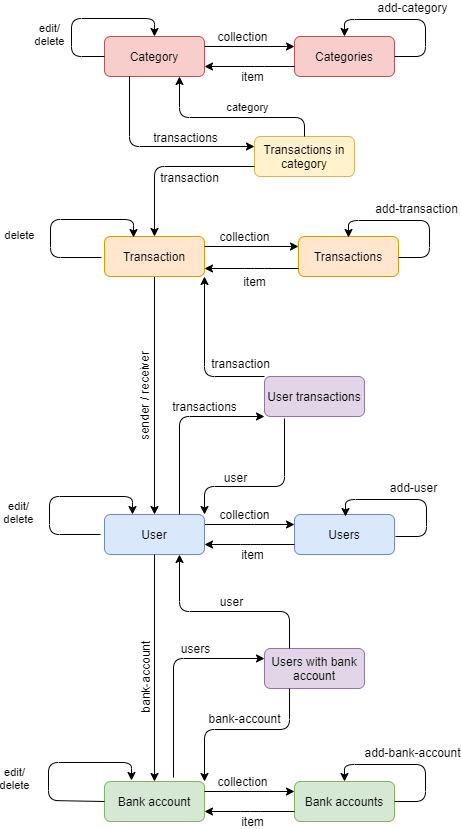
This is images/Ex3.png from jkursula/PWP, a draw.io export, as it was before one commit. Source tidied: cells renumbered, new cells last; positions are measured from the earlier drawing's top-left corner, leaving out a move shared by most shapes.
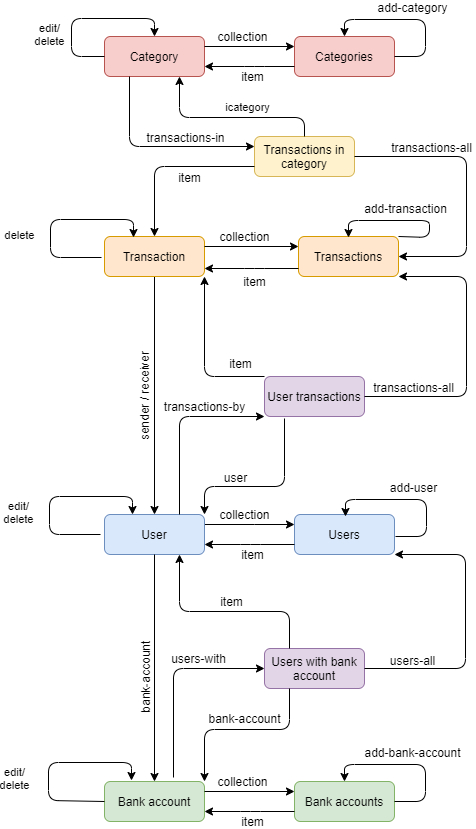
The same file after the commit.

Change to the diagram source:
```diff
@@ -98,14 +98,14 @@
     <mxCell id="20" value="User transactions" style="rounded=1;whiteSpace=wrap;html=1;fontSize=12;glass=0;strokeWidth=1;shadow=0;fillColor=#e1d5e7;strokeColor=#9673a6;" parent="1" vertex="1">
       <mxGeometry x="216" y="358" width="100" height="40" as="geometry" />
     </mxCell>
-    <mxCell id="21" value="transaction" style="endArrow=classic;html=1;exitX=0;exitY=0;exitDx=0;exitDy=0;entryX=1;entryY=1;entryDx=0;entryDy=0;fontSize=12;" parent="1" edge="1" source="20" target="3">
+    <mxCell id="21" value="item" style="endArrow=classic;html=1;exitX=0;exitY=0;exitDx=0;exitDy=0;entryX=1;entryY=1;entryDx=0;entryDy=0;fontSize=12;" parent="1" edge="1" source="20" target="3">
       <mxGeometry x="-0.7" y="-13" relative="1" as="geometry">
         <Array as="points">
           <mxPoint x="156" y="358" />
         </Array>
       </mxGeometry>
     </mxCell>
-    <mxCell id="22" value="transactions" style="endArrow=classic;html=1;fontSize=12;exitX=0.75;exitY=0;exitDx=0;exitDy=0;entryX=0;entryY=1;entryDx=0;entryDy=0;horizontal=1;" parent="1" edge="1" source="7" target="20">
+    <mxCell id="22" value="transactions-by" style="endArrow=classic;html=1;fontSize=12;exitX=0.75;exitY=0;exitDx=0;exitDy=0;entryX=0;entryY=1;entryDx=0;entryDy=0;horizontal=1;" parent="1" edge="1" source="7" target="20">
       <mxGeometry x="0.34" y="10" relative="1" as="geometry">
         <Array as="points">
           <mxPoint x="131" y="398" />
@@ -144,7 +144,7 @@
         </Array>
       </mxGeometry>
     </mxCell>
-    <mxCell id="29" value="transaction" style="edgeLabel;html=1;align=center;verticalAlign=middle;fontSize=12;" parent="28" vertex="1">
+    <mxCell id="29" value="item" style="edgeLabel;html=1;align=center;verticalAlign=middle;fontSize=12;" parent="28" vertex="1">
       <mxGeometry x="-0.12" y="2" relative="1" as="geometry">
         <mxPoint x="9" y="8" as="offset" />
       </mxGeometry>
@@ -157,17 +157,16 @@
         </Array>
       </mxGeometry>
     </mxCell>
-    <mxCell id="31" value="transactions" style="edgeLabel;html=1;align=center;verticalAlign=middle;fontSize=12;" parent="30" vertex="1">
+    <mxCell id="31" value="transactions-in" style="edgeLabel;html=1;align=center;verticalAlign=middle;fontSize=12;" parent="30" vertex="1">
       <mxGeometry x="0.12" y="-4" relative="1" as="geometry">
         <mxPoint x="16" y="-14" as="offset" />
       </mxGeometry>
     </mxCell>
-    <mxCell id="32" style="endArrow=classic;html=1;exitX=1;exitY=0.5;exitDx=0;exitDy=0;entryX=0.5;entryY=0;entryDx=0;entryDy=0;" parent="1" edge="1">
+    <mxCell id="32" style="endArrow=classic;html=1;exitX=1;exitY=0;exitDx=0;exitDy=0;entryX=0.5;entryY=0;entryDx=0;entryDy=0;" parent="1" edge="1" source="4">
       <mxGeometry relative="1" as="geometry">
-        <mxPoint x="350" y="239" as="sourcePoint" />
         <mxPoint x="300" y="219" as="targetPoint" />
         <Array as="points">
-          <mxPoint x="381" y="239" />
+          <mxPoint x="381" y="219" />
           <mxPoint x="381" y="202" />
           <mxPoint x="300" y="202" />
         </Array>
@@ -271,7 +270,7 @@
         <mxPoint x="-38" y="13" as="offset" />
       </mxGeometry>
     </mxCell>
-    <mxCell id="46" value="category" style="endArrow=classic;html=1;exitX=0.5;exitY=0;exitDx=0;exitDy=0;entryX=0.75;entryY=1;entryDx=0;entryDy=0;" parent="1" edge="1" source="27" target="11">
+    <mxCell id="46" value="icategory" style="endArrow=classic;html=1;exitX=0.5;exitY=0;exitDx=0;exitDy=0;entryX=0.75;entryY=1;entryDx=0;entryDy=0;" parent="1" edge="1" source="27" target="11">
       <mxGeometry x="-0.18" y="-10" relative="1" as="geometry">
         <Array as="points">
           <mxPoint x="256" y="99" />
@@ -291,11 +290,11 @@
     <mxCell id="48" value="Users with bank account" style="rounded=1;whiteSpace=wrap;html=1;fontSize=12;glass=0;strokeWidth=1;shadow=0;fillColor=#e1d5e7;strokeColor=#9673a6;" parent="1" vertex="1">
       <mxGeometry x="216" y="630" width="100" height="40" as="geometry" />
     </mxCell>
-    <mxCell id="49" value="users" style="endArrow=classic;html=1;fontSize=12;entryX=0;entryY=0.25;entryDx=0;entryDy=0;horizontal=1;" parent="1" edge="1" target="48">
+    <mxCell id="49" value="users-with" style="endArrow=classic;html=1;fontSize=12;entryX=0;entryY=0.5;entryDx=0;entryDy=0;horizontal=1;" parent="1" edge="1" target="48">
       <mxGeometry x="0.34" y="10" relative="1" as="geometry">
         <mxPoint x="125" y="759" as="sourcePoint" />
         <Array as="points">
-          <mxPoint x="125" y="640" />
+          <mxPoint x="125" y="650" />
         </Array>
       </mxGeometry>
     </mxCell>
@@ -307,7 +306,7 @@
         </Array>
       </mxGeometry>
     </mxCell>
-    <mxCell id="51" value="user" style="endArrow=classic;html=1;fontSize=12;exitX=0.25;exitY=0;exitDx=0;exitDy=0;entryX=0.75;entryY=1;entryDx=0;entryDy=0;horizontal=1;" parent="1" edge="1" source="48" target="7">
+    <mxCell id="51" value="item" style="endArrow=classic;html=1;fontSize=12;exitX=0.25;exitY=0;exitDx=0;exitDy=0;entryX=0.75;entryY=1;entryDx=0;entryDy=0;horizontal=1;" parent="1" edge="1" source="48" target="7">
       <mxGeometry x="-0.07" y="-10" relative="1" as="geometry">
         <Array as="points">
           <mxPoint x="241" y="593" />
@@ -315,5 +314,44 @@
         </Array>
       </mxGeometry>
     </mxCell>
+    <mxCell id="52" style="endArrow=classic;html=1;exitX=1;exitY=0.5;exitDx=0;exitDy=0;entryX=1;entryY=1;entryDx=0;entryDy=0;" parent="1" edge="1" source="20" target="4">
+      <mxGeometry relative="1" as="geometry">
+        <Array as="points">
+          <mxPoint x="418" y="378" />
+          <mxPoint x="418" y="258" />
+        </Array>
+      </mxGeometry>
+    </mxCell>
+    <mxCell id="53" value="transactions-all" style="edgeLabel;html=1;align=center;verticalAlign=middle;horizontal=1;fontSize=12;" parent="52" vertex="1">
+      <mxGeometry x="-0.05" y="1" relative="1" as="geometry">
+        <mxPoint x="-53" y="26" as="offset" />
+      </mxGeometry>
+    </mxCell>
+    <mxCell id="54" style="endArrow=classic;html=1;fontSize=12;entryX=1;entryY=0.5;entryDx=0;entryDy=0;exitX=1;exitY=0.5;exitDx=0;exitDy=0;" parent="1" edge="1" source="27" target="4">
+      <mxGeometry relative="1" as="geometry">
+        <Array as="points">
+          <mxPoint x="418" y="138" />
+          <mxPoint x="418" y="238" />
+        </Array>
+      </mxGeometry>
+    </mxCell>
+    <mxCell id="55" value="transactions-all" style="edgeLabel;html=1;align=center;verticalAlign=middle;fontSize=12;" parent="54" vertex="1">
+      <mxGeometry x="0.34" y="1" relative="1" as="geometry">
+        <mxPoint x="-37" y="-86" as="offset" />
+      </mxGeometry>
+    </mxCell>
+    <mxCell id="56" style="endArrow=classic;html=1;exitX=1;exitY=0.5;exitDx=0;exitDy=0;entryX=1;entryY=1;entryDx=0;entryDy=0;" parent="1" edge="1" source="48" target="8">
+      <mxGeometry relative="1" as="geometry">
+        <Array as="points">
+          <mxPoint x="417" y="650" />
+          <mxPoint x="417" y="536" />
+        </Array>
+      </mxGeometry>
+    </mxCell>
+    <mxCell id="57" value="users-all" style="edgeLabel;html=1;align=center;verticalAlign=middle;horizontal=1;fontSize=12;" parent="56" vertex="1">
+      <mxGeometry x="-0.05" y="1" relative="1" as="geometry">
+        <mxPoint x="-53" y="26" as="offset" />
+      </mxGeometry>
+    </mxCell>
   </root>
 </mxGraphModel>
```
